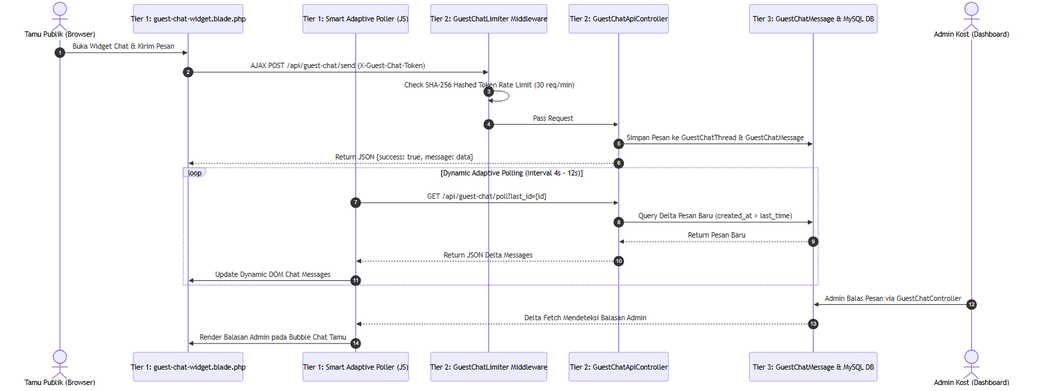
Earlier version of the Mermaid export Blueprint/component/component_guest_chat_sequence.png (rafifarsyapradiva/asri-boarding-house). Its source is kept beside it as Blueprint/component/component_guest_chat_sequence.mmd.
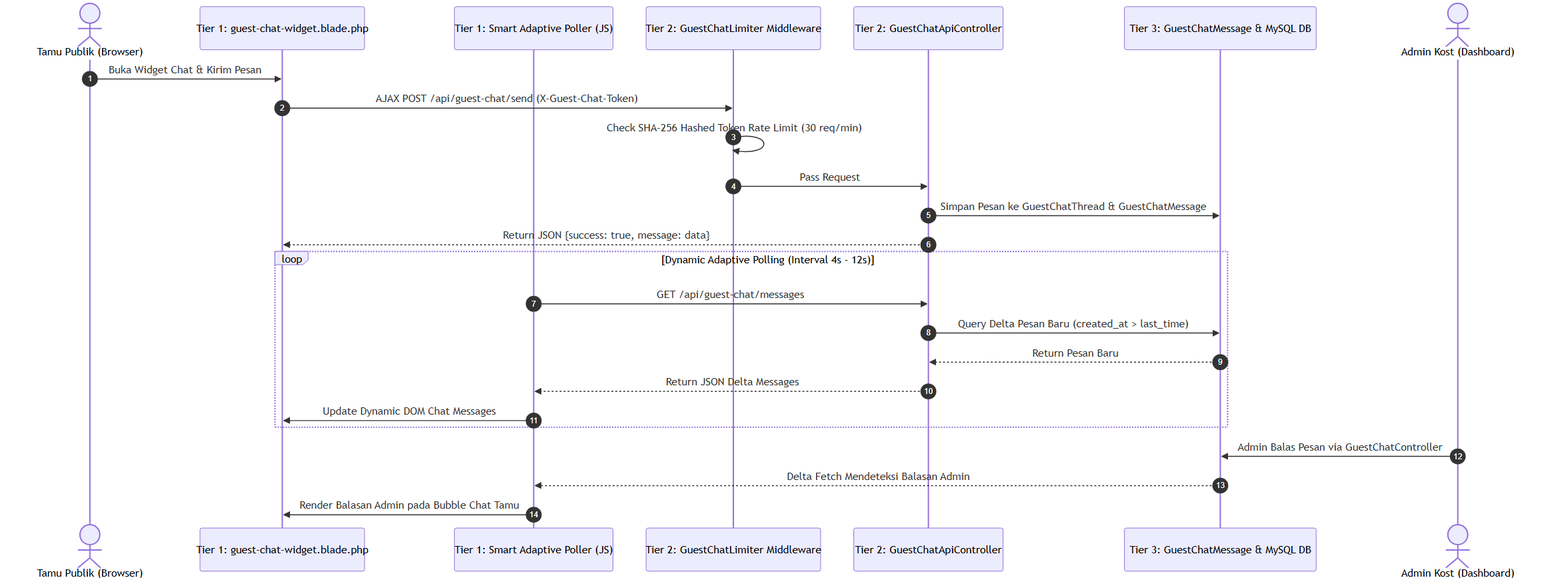
The same file after the commit.

Diff of the diagram source:
```diff
@@ -16,7 +16,7 @@
     ApiCtrl-->>Widget: Return JSON {success: true, message: data}
 
     loop Dynamic Adaptive Polling (Interval 4s - 12s)
-        Poller->>ApiCtrl: GET /api/guest-chat/poll?last_id={id}
+        Poller->>ApiCtrl: GET /api/guest-chat/messages
         ApiCtrl->>ModelDB: Query Delta Pesan Baru (created_at > last_time)
         ModelDB-->>ApiCtrl: Return Pesan Baru
         ApiCtrl-->>Poller: Return JSON Delta Messages
```
